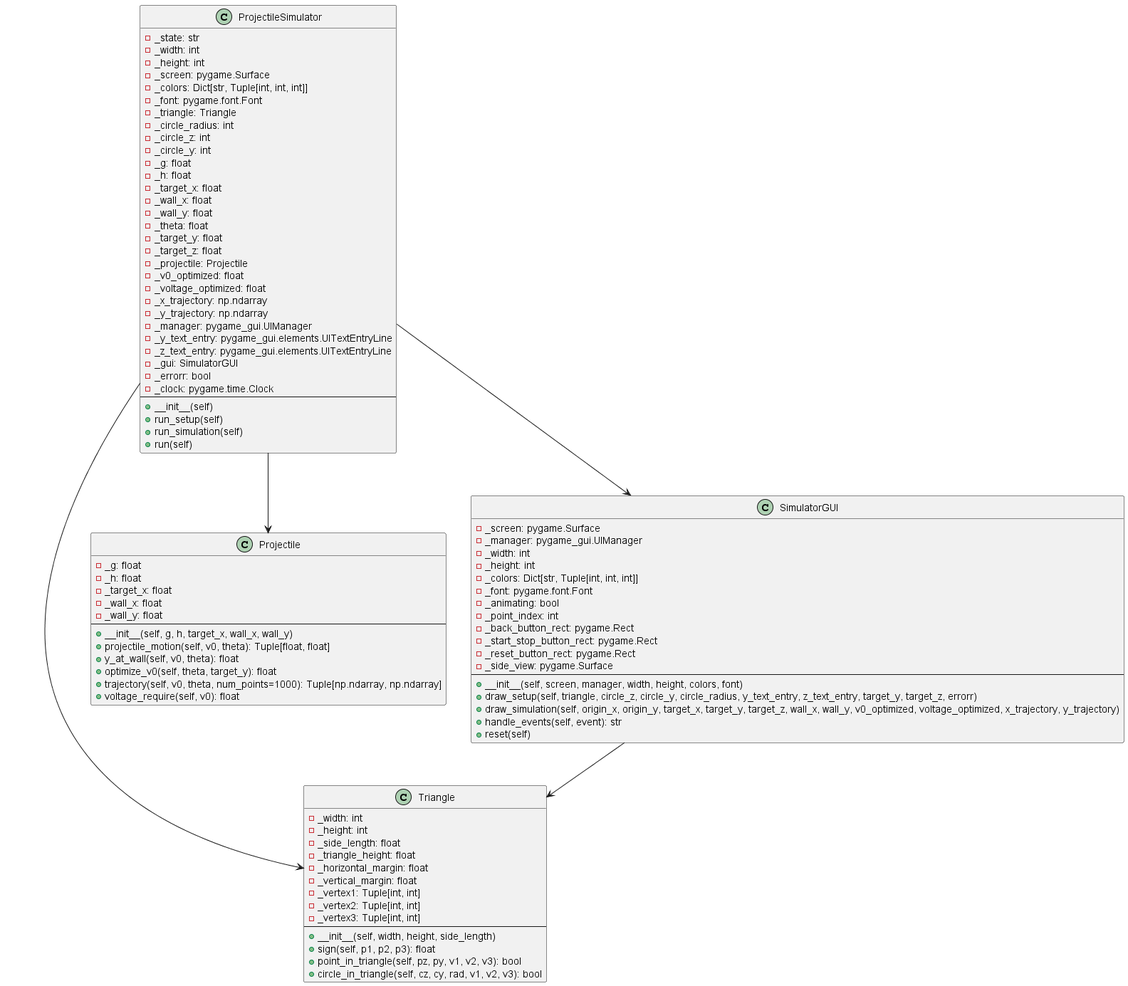
Aom-Aursudkit/Studio_G4_Simulator keeps this PlantUML diagram as out/UML_F/UML_F.png. Above is the earlier version.
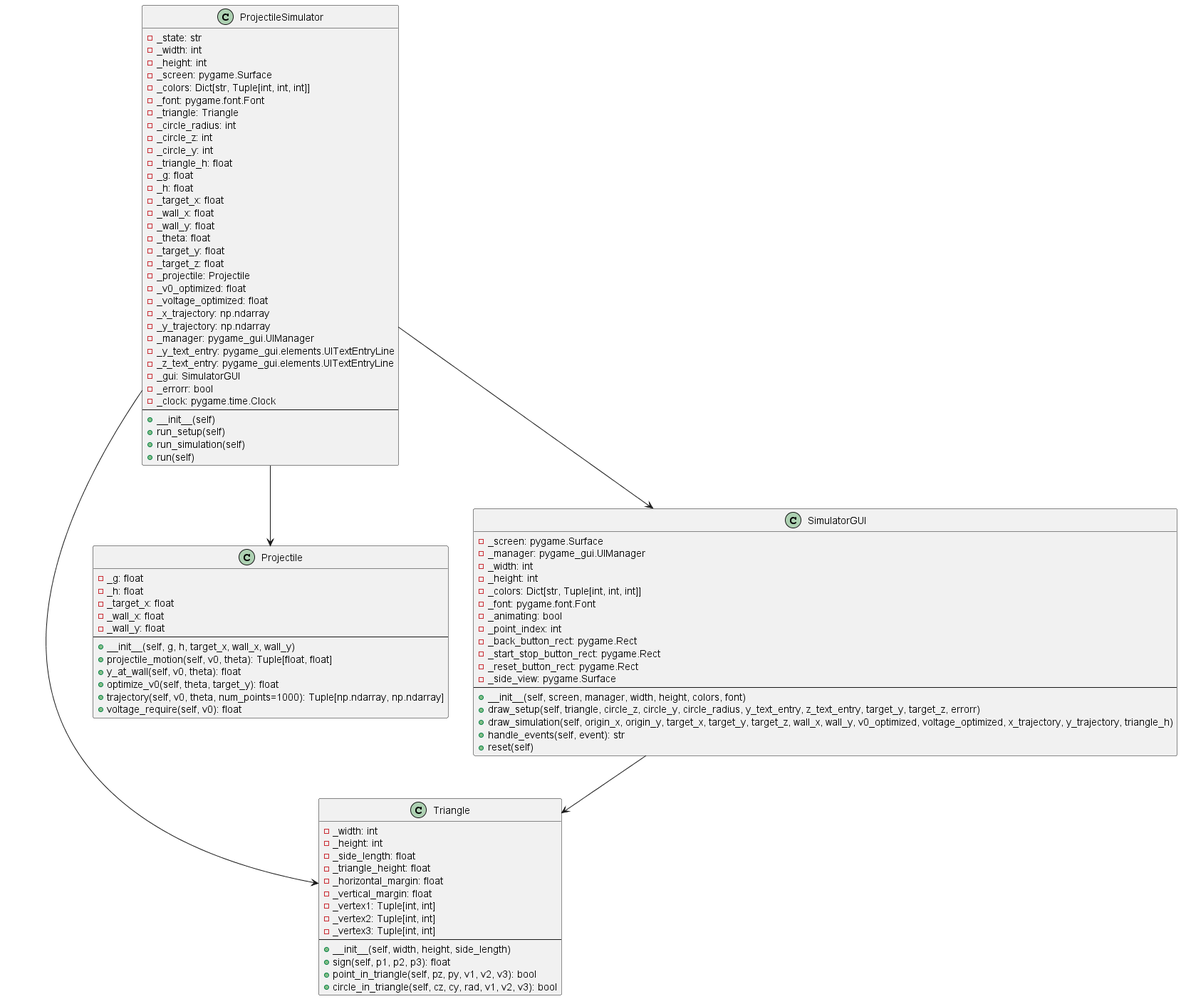
Later version of the same file.

Diff of the diagram source:
```diff
@@ -48,7 +48,7 @@
     --
     + __init__(self, screen, manager, width, height, colors, font)
     + draw_setup(self, triangle, circle_z, circle_y, circle_radius, y_text_entry, z_text_entry, target_y, target_z, errorr)
-    + draw_simulation(self, origin_x, origin_y, target_x, target_y, target_z, wall_x, wall_y, v0_optimized, voltage_optimized, x_trajectory, y_trajectory)
+    + draw_simulation(self, origin_x, origin_y, target_x, target_y, target_z, wall_x, wall_y, v0_optimized, voltage_optimized, x_trajectory, y_trajectory, triangle_h)
     + handle_events(self, event): str
     + reset(self)
 }
@@ -64,6 +64,7 @@
     - _circle_radius: int
     - _circle_z: int
     - _circle_y: int
+    - _triangle_h: float
     - _g: float
     - _h: float
     - _target_x: float
```
